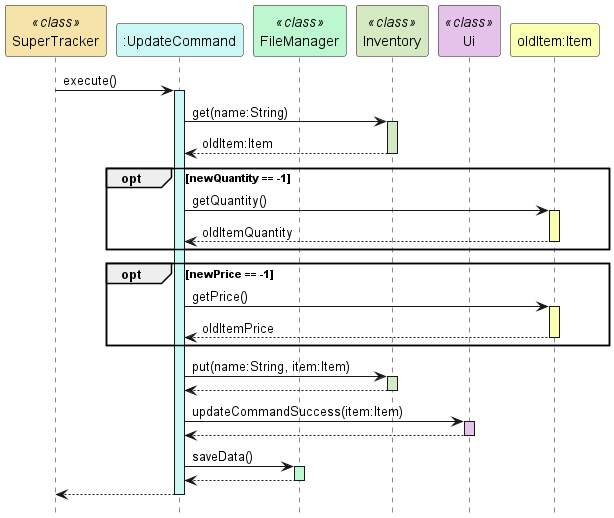
Earlier version of the PlantUML export docs/uml-diagrams/UpdateCommandSequence.png (rismm/tp). The source it was exported from:
```plantuml
@startuml
hide footbox
participant "SuperTracker" as SuperTracker <<class>> #f5e3a9
participant ":UpdateCommand" as UpdateCommand #cbf7f4
participant "FileManager" as FileManager <<class>> #bcf7cf
participant "Inventory" as Inventory <<class>> #d5eac2
participant "Ui" as Ui <<class>> #e5c2ea
participant "oldItem:Item" as Item #fbffb2

SuperTracker -> UpdateCommand : execute()
activate UpdateCommand #cbf7f4

UpdateCommand -> Inventory : get(name:String)
activate Inventory #d5eac2
Inventory --> UpdateCommand : oldItem:Item
deactivate Inventory

opt newQuantity == -1
    UpdateCommand -> Item: getQuantity()
    activate Item #fbffb2
    Item --> UpdateCommand: oldItemQuantity
    deactivate Item
end

opt newPrice == -1
    UpdateCommand -> Item: getPrice()
    activate Item #fbffb2
    Item --> UpdateCommand: oldItemPrice
    deactivate Item
end

UpdateCommand -> Inventory : put(name:String, item:Item)
activate Inventory #d5eac2
Inventory --> UpdateCommand
deactivate Inventory

UpdateCommand -> Ui : updateCommandSuccess(item:Item)
activate Ui #e5c2ea
Ui --> UpdateCommand
deactivate Ui

UpdateCommand -> FileManager : saveData()
activate FileManager #bcf7cf
FileManager --> UpdateCommand
deactivate FileManager

UpdateCommand --> SuperTracker
deactivate UpdateCommand
@enduml
```
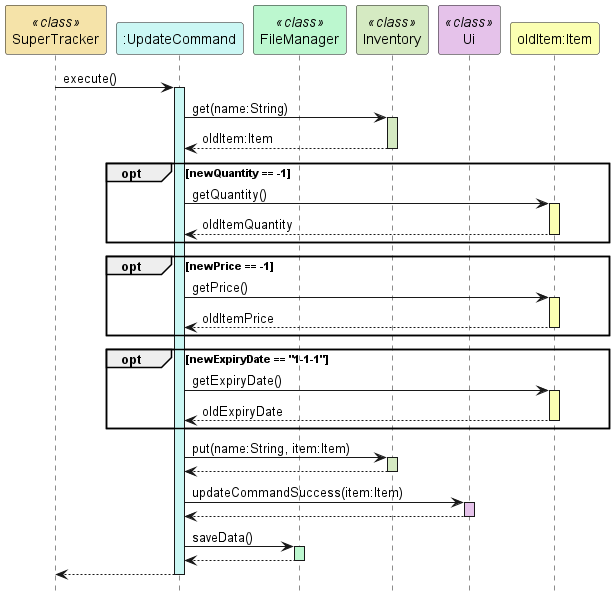
The same file after the commit.

Commit message:
update UpdateCommand UMLs

The edit, as a diff of the source:
```diff
@@ -29,6 +29,13 @@
     deactivate Item
 end
 
+opt newExpiryDate == "1-1-1"
+    UpdateCommand -> Item: getExpiryDate()
+    activate Item #fbffb2
+    Item --> UpdateCommand: oldExpiryDate
+    deactivate Item
+end
+
 UpdateCommand -> Inventory : put(name:String, item:Item)
 activate Inventory #d5eac2
 Inventory --> UpdateCommand
```
